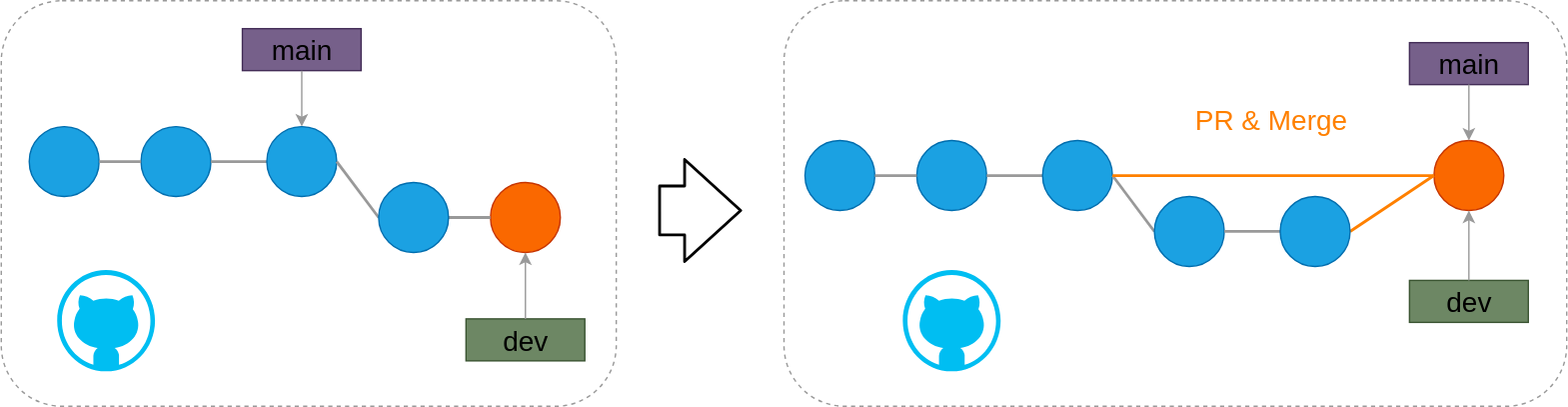
Before: public/drawio/wf_pr.svg, a diagram exported from draw.io (kazuyanagimoto/github-workshop2022). Source tidied: cells renumbered, new cells last; positions are measured from the earlier drawing's top-left corner, leaving out a move shared by most shapes.
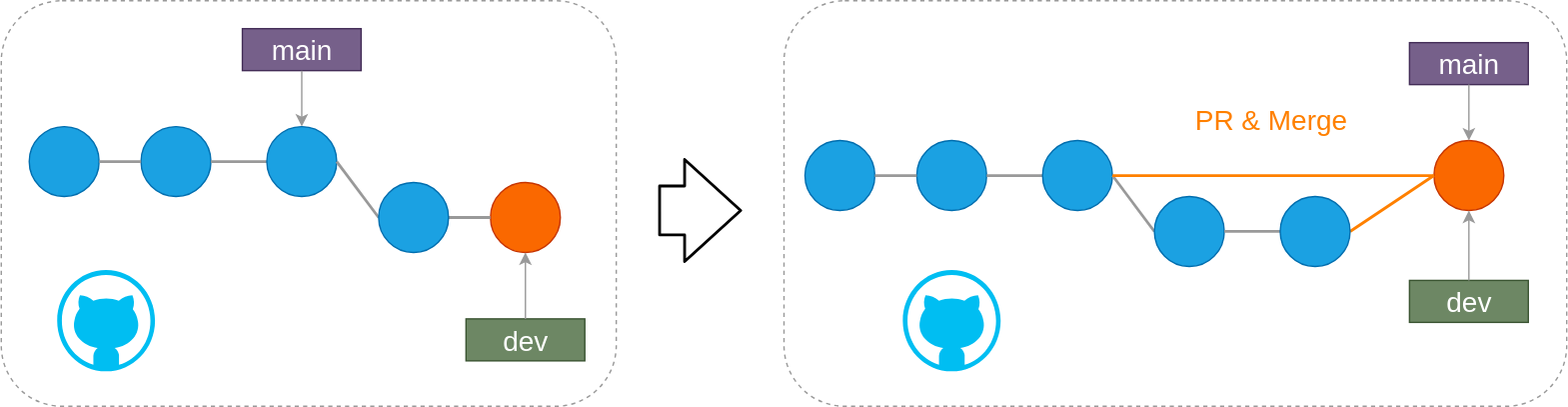
After the change.

Change to the diagram source:
```diff
@@ -17,7 +17,7 @@
     <mxCell id="6" style="endArrow=none;html=1;entryX=0;entryY=0.5;entryDx=0;entryDy=0;exitX=1;exitY=0.5;exitDx=0;exitDy=0;strokeColor=#999999;strokeWidth=2;" parent="1" edge="1" source="3" target="10">
       <mxGeometry relative="1" as="geometry" />
     </mxCell>
-    <mxCell id="7" value="main" style="rounded=1;whiteSpace=wrap;html=1;fillColor=#76608a;strokeColor=#432D57;fontColor=#000000;fontSize=20;arcSize=0;" parent="1" vertex="1">
+    <mxCell id="7" value="main" style="rounded=1;whiteSpace=wrap;html=1;fillColor=#76608a;strokeColor=#432D57;fontColor=#ffffff;fontSize=20;arcSize=0;" parent="1" vertex="1">
       <mxGeometry x="1007.5" y="30" width="85" height="30" as="geometry" />
     </mxCell>
     <mxCell id="8" style="endArrow=classic;html=1;fontSize=20;exitX=0.5;exitY=1;exitDx=0;exitDy=0;entryX=0.5;entryY=0;entryDx=0;entryDy=0;strokeColor=#999999;" parent="1" edge="1" source="7">
@@ -34,7 +34,7 @@
     <mxCell id="11" style="endArrow=none;html=1;exitX=0;exitY=0.5;exitDx=0;exitDy=0;strokeWidth=2;entryX=1;entryY=0.5;entryDx=0;entryDy=0;noLabel=1;fontColor=none;strokeColor=#FF8000;" parent="1" edge="1" source="4" target="17">
       <mxGeometry relative="1" as="geometry" />
     </mxCell>
-    <mxCell id="12" value="dev" style="rounded=1;whiteSpace=wrap;html=1;fillColor=#6d8764;strokeColor=#3A5431;fontColor=#000000;fontSize=20;arcSize=0;" parent="1" vertex="1">
+    <mxCell id="12" value="&lt;font color=&quot;#ffffff&quot;&gt;dev&lt;/font&gt;" style="rounded=1;whiteSpace=wrap;html=1;fillColor=#6d8764;strokeColor=#3A5431;fontColor=#000000;fontSize=20;arcSize=0;" parent="1" vertex="1">
       <mxGeometry x="1007.5" y="200" width="85" height="30" as="geometry" />
     </mxCell>
     <mxCell id="13" style="endArrow=classic;html=1;fontSize=20;exitX=0.5;exitY=0;exitDx=0;exitDy=0;strokeColor=#999999;entryX=0.5;entryY=1;entryDx=0;entryDy=0;" parent="1" edge="1" source="12" target="4">
@@ -73,17 +73,17 @@
     <mxCell id="24" style="endArrow=none;html=1;entryX=0;entryY=0.5;entryDx=0;entryDy=0;exitX=1;exitY=0.5;exitDx=0;exitDy=0;strokeColor=#999999;strokeWidth=2;" parent="1" edge="1" source="21" target="28">
       <mxGeometry relative="1" as="geometry" />
     </mxCell>
-    <mxCell id="25" value="main" style="rounded=1;whiteSpace=wrap;html=1;fillColor=#76608a;strokeColor=#432D57;fontColor=#000000;fontSize=20;arcSize=0;" parent="1" vertex="1">
+    <mxCell id="25" value="main" style="rounded=1;whiteSpace=wrap;html=1;fillColor=#76608a;strokeColor=#432D57;fontColor=#ffffff;fontSize=20;arcSize=0;" parent="1" vertex="1">
       <mxGeometry x="172.5" y="20" width="85" height="30" as="geometry" />
     </mxCell>
+    <mxCell id="27" style="rounded=1;whiteSpace=wrap;html=1;fontSize=16;strokeColor=#999999;dashed=1;fillColor=none;" parent="1" vertex="1">
+      <mxGeometry width="440" height="290" as="geometry" />
+    </mxCell>
     <mxCell id="26" style="endArrow=classic;html=1;fontSize=20;exitX=0.5;exitY=1;exitDx=0;exitDy=0;entryX=0.5;entryY=0;entryDx=0;entryDy=0;strokeColor=#999999;" parent="1" edge="1" source="25">
       <mxGeometry relative="1" as="geometry">
         <mxPoint x="215" y="90" as="targetPoint" />
       </mxGeometry>
     </mxCell>
-    <mxCell id="27" style="rounded=1;whiteSpace=wrap;html=1;fontSize=16;strokeColor=#999999;dashed=1;fillColor=none;" parent="1" vertex="1">
-      <mxGeometry width="440" height="290" as="geometry" />
-    </mxCell>
     <mxCell id="28" style="ellipse;whiteSpace=wrap;html=1;fillColor=#1ba1e2;fontColor=#000000;strokeColor=#006EAF;" parent="1" vertex="1">
       <mxGeometry x="190" y="90" width="50" height="50" as="geometry" />
     </mxCell>
@@ -92,7 +92,7 @@
         <mxPoint x="290" y="155" as="targetPoint" />
       </mxGeometry>
     </mxCell>
-    <mxCell id="30" value="dev" style="rounded=1;whiteSpace=wrap;html=1;fillColor=#6d8764;strokeColor=#3A5431;fontColor=#000000;fontSize=20;arcSize=0;" parent="1" vertex="1">
+    <mxCell id="30" value="&lt;font color=&quot;#ffffff&quot;&gt;dev&lt;/font&gt;" style="rounded=1;whiteSpace=wrap;html=1;fillColor=#6d8764;strokeColor=#3A5431;fontColor=#000000;fontSize=20;arcSize=0;" parent="1" vertex="1">
       <mxGeometry x="332.5" y="227.5" width="85" height="30" as="geometry" />
     </mxCell>
     <mxCell id="31" style="endArrow=classic;html=1;fontSize=20;exitX=0.5;exitY=0;exitDx=0;exitDy=0;strokeColor=#999999;entryX=0.5;entryY=1;entryDx=0;entryDy=0;" parent="1" edge="1" source="30" target="22">
```
